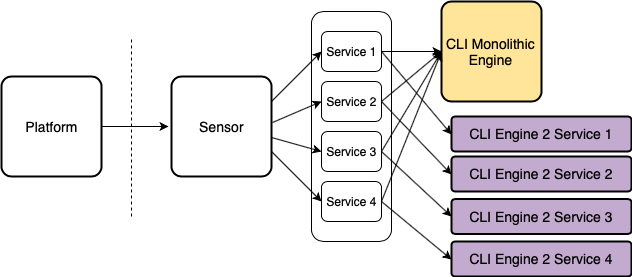
Above: images/thoughts-on-legacy-software/vnc_2.png in cpersico/cpersico.github.io (draw.io), before the change. Source tidied: cells renumbered, new cells last; positions are measured from the earlier drawing's top-left corner, leaving out a move shared by most shapes. The source it was exported from:
```xml
<mxGraphModel>
  <root>
    <mxCell id="0" />
    <mxCell id="1" parent="0" />
    <mxCell id="2" style="endArrow=none;dashed=1;html=1;" parent="1" edge="1">
      <mxGeometry relative="1" as="geometry">
        <mxPoint x="130" y="215" as="sourcePoint" />
        <mxPoint x="130" y="35" as="targetPoint" />
      </mxGeometry>
    </mxCell>
    <mxCell id="3" value="Platform" style="strokeWidth=2;rounded=1;arcSize=10;whiteSpace=wrap;html=1;align=center;fontSize=14;" parent="1" vertex="1">
      <mxGeometry y="75" width="100" height="100" as="geometry" />
    </mxCell>
    <mxCell id="4" value="Sensor" style="strokeWidth=2;rounded=1;arcSize=10;whiteSpace=wrap;html=1;align=center;fontSize=14;" parent="1" vertex="1">
      <mxGeometry x="170" y="75" width="100" height="100" as="geometry" />
    </mxCell>
    <mxCell id="5" value="CLI Monolithic Engine" style="strokeWidth=2;rounded=1;arcSize=10;whiteSpace=wrap;html=1;align=center;fontSize=14;fillColor=#FFE599;" parent="1" vertex="1">
      <mxGeometry x="440" width="100" height="100" as="geometry" />
    </mxCell>
    <mxCell id="6" style="endArrow=classic;html=1;exitX=1;exitY=0.5;exitDx=0;exitDy=0;" parent="1" edge="1" source="3">
      <mxGeometry relative="1" as="geometry">
        <mxPoint x="167" y="125" as="targetPoint" />
      </mxGeometry>
    </mxCell>
    <mxCell id="7" style="rounded=1;whiteSpace=wrap;html=1;" parent="1" vertex="1">
      <mxGeometry x="310" y="10" width="80" height="230" as="geometry" />
    </mxCell>
    <mxCell id="8" value="Service 1" style="rounded=1;whiteSpace=wrap;html=1;" parent="1" vertex="1">
      <mxGeometry x="320" y="30" width="60" height="40" as="geometry" />
    </mxCell>
    <mxCell id="9" value="Service 2" style="rounded=1;whiteSpace=wrap;html=1;" parent="1" vertex="1">
      <mxGeometry x="320" y="80" width="60" height="40" as="geometry" />
    </mxCell>
    <mxCell id="10" value="Service 3" style="rounded=1;whiteSpace=wrap;html=1;" parent="1" vertex="1">
      <mxGeometry x="320" y="130" width="60" height="40" as="geometry" />
    </mxCell>
    <mxCell id="11" value="Service 4" style="rounded=1;whiteSpace=wrap;html=1;" parent="1" vertex="1">
      <mxGeometry x="320" y="180" width="60" height="40" as="geometry" />
    </mxCell>
    <mxCell id="12" style="endArrow=classic;html=1;exitX=1;exitY=0.25;exitDx=0;exitDy=0;entryX=0;entryY=0.5;entryDx=0;entryDy=0;" parent="1" edge="1" source="4" target="8">
      <mxGeometry relative="1" as="geometry" />
    </mxCell>
    <mxCell id="13" style="endArrow=classic;html=1;exitX=1.008;exitY=0.455;exitDx=0;exitDy=0;entryX=0;entryY=0.5;entryDx=0;entryDy=0;exitPerimeter=0;" parent="1" edge="1" source="4" target="9">
      <mxGeometry relative="1" as="geometry" />
    </mxCell>
    <mxCell id="14" style="endArrow=classic;html=1;exitX=1.001;exitY=0.607;exitDx=0;exitDy=0;entryX=0;entryY=0.5;entryDx=0;entryDy=0;exitPerimeter=0;" parent="1" edge="1" source="4" target="10">
      <mxGeometry relative="1" as="geometry" />
    </mxCell>
    <mxCell id="15" style="endArrow=classic;html=1;exitX=1;exitY=0.75;exitDx=0;exitDy=0;entryX=0;entryY=0.5;entryDx=0;entryDy=0;" parent="1" edge="1" source="4" target="11">
      <mxGeometry relative="1" as="geometry" />
    </mxCell>
    <mxCell id="16" style="endArrow=classic;html=1;exitX=1;exitY=0.5;exitDx=0;exitDy=0;entryX=0;entryY=0.5;entryDx=0;entryDy=0;" parent="1" edge="1" source="8" target="5">
      <mxGeometry relative="1" as="geometry" />
    </mxCell>
    <mxCell id="17" style="endArrow=classic;html=1;exitX=1;exitY=0.5;exitDx=0;exitDy=0;entryX=0;entryY=0.5;entryDx=0;entryDy=0;" parent="1" edge="1" source="8" target="24">
      <mxGeometry relative="1" as="geometry" />
    </mxCell>
    <mxCell id="18" style="endArrow=classic;html=1;exitX=1;exitY=0.5;exitDx=0;exitDy=0;entryX=0;entryY=0.5;entryDx=0;entryDy=0;" parent="1" edge="1" source="9" target="5">
      <mxGeometry relative="1" as="geometry" />
    </mxCell>
    <mxCell id="19" style="endArrow=classic;html=1;exitX=1;exitY=0.5;exitDx=0;exitDy=0;entryX=0;entryY=0.5;entryDx=0;entryDy=0;" parent="1" edge="1" source="9" target="25">
      <mxGeometry relative="1" as="geometry" />
    </mxCell>
    <mxCell id="20" style="endArrow=classic;html=1;exitX=1;exitY=0.5;exitDx=0;exitDy=0;entryX=0;entryY=0.5;entryDx=0;entryDy=0;" parent="1" edge="1" source="10" target="5">
      <mxGeometry relative="1" as="geometry" />
    </mxCell>
    <mxCell id="21" style="endArrow=classic;html=1;exitX=1;exitY=0.5;exitDx=0;exitDy=0;entryX=0;entryY=0.5;entryDx=0;entryDy=0;" parent="1" edge="1" source="10" target="26">
      <mxGeometry relative="1" as="geometry" />
    </mxCell>
    <mxCell id="22" style="endArrow=classic;html=1;exitX=1;exitY=0.5;exitDx=0;exitDy=0;entryX=0;entryY=0.5;entryDx=0;entryDy=0;" parent="1" edge="1" source="11" target="5">
      <mxGeometry relative="1" as="geometry" />
    </mxCell>
    <mxCell id="23" style="endArrow=classic;html=1;exitX=1;exitY=0.5;exitDx=0;exitDy=0;entryX=0;entryY=0.5;entryDx=0;entryDy=0;" parent="1" edge="1" source="11" target="27">
      <mxGeometry relative="1" as="geometry" />
    </mxCell>
    <mxCell id="24" value="CLI Engine 2 Service 1" style="strokeWidth=2;rounded=1;arcSize=10;whiteSpace=wrap;html=1;align=center;fontSize=14;fillColor=#C3ABD0;" parent="1" vertex="1">
      <mxGeometry x="450" y="115" width="180" height="35" as="geometry" />
    </mxCell>
    <mxCell id="25" value="CLI Engine 2 Service 2" style="strokeWidth=2;rounded=1;arcSize=10;whiteSpace=wrap;html=1;align=center;fontSize=14;fillColor=#C3ABD0;" parent="1" vertex="1">
      <mxGeometry x="450" y="155" width="180" height="35" as="geometry" />
    </mxCell>
    <mxCell id="26" value="CLI Engine 2 Service 3" style="strokeWidth=2;rounded=1;arcSize=10;whiteSpace=wrap;html=1;align=center;fontSize=14;fillColor=#C3ABD0;" parent="1" vertex="1">
      <mxGeometry x="450" y="197.5" width="180" height="35" as="geometry" />
    </mxCell>
    <mxCell id="27" value="CLI Engine 2 Service 4" style="strokeWidth=2;rounded=1;arcSize=10;whiteSpace=wrap;html=1;align=center;fontSize=14;fillColor=#C3ABD0;" parent="1" vertex="1">
      <mxGeometry x="450" y="240" width="180" height="35" as="geometry" />
    </mxCell>
  </root>
</mxGraphModel>
```
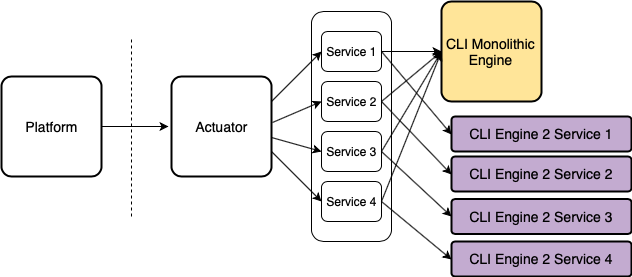
After the commit.

Diff of the diagram source:
```diff
@@ -11,7 +11,7 @@
     <mxCell id="3" value="Platform" style="strokeWidth=2;rounded=1;arcSize=10;whiteSpace=wrap;html=1;align=center;fontSize=14;" parent="1" vertex="1">
       <mxGeometry y="75" width="100" height="100" as="geometry" />
     </mxCell>
-    <mxCell id="4" value="Sensor" style="strokeWidth=2;rounded=1;arcSize=10;whiteSpace=wrap;html=1;align=center;fontSize=14;" parent="1" vertex="1">
+    <mxCell id="4" value="Actuator" style="strokeWidth=2;rounded=1;arcSize=10;whiteSpace=wrap;html=1;align=center;fontSize=14;" parent="1" vertex="1">
       <mxGeometry x="170" y="75" width="100" height="100" as="geometry" />
     </mxCell>
     <mxCell id="5" value="CLI Monolithic Engine" style="strokeWidth=2;rounded=1;arcSize=10;whiteSpace=wrap;html=1;align=center;fontSize=14;fillColor=#FFE599;" parent="1" vertex="1">
```
